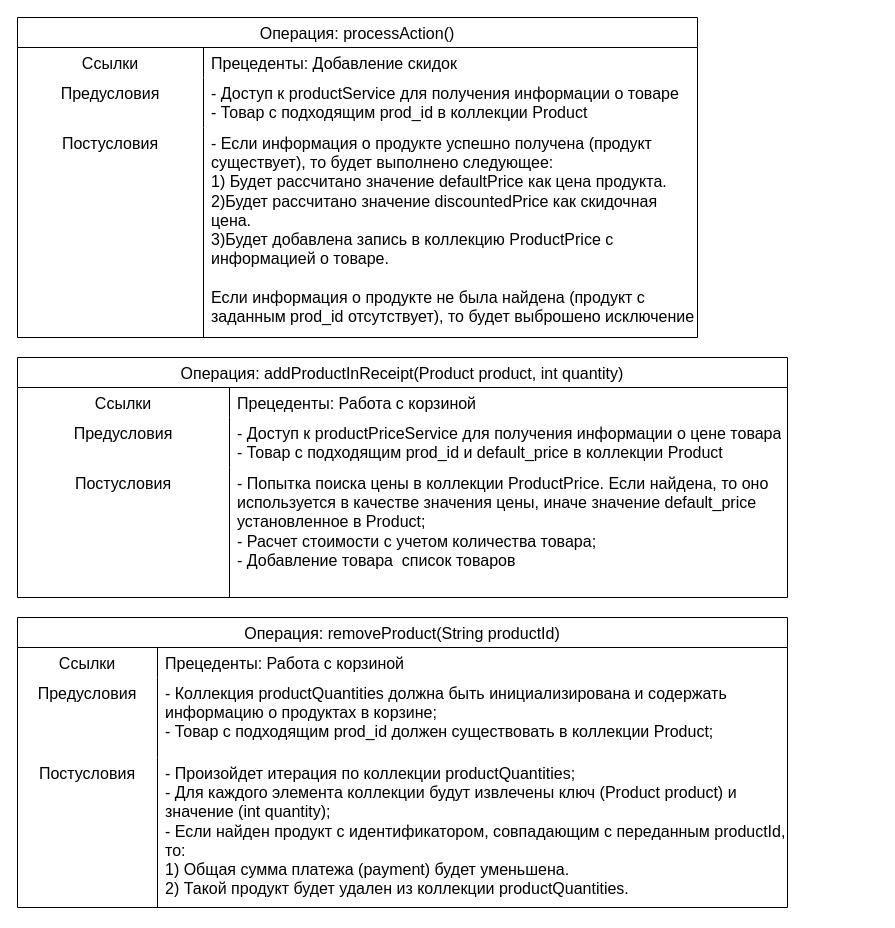
The draw.io diagram page "Описание операций" (2 of 3) of Диаграмма без названия.drawio in IlyaSannikow/Machine-learning, before the edit. Source tidied: cells renumbered, new cells numbered last; positions are measured from the earlier drawing's top-left corner, leaving out a move shared by most shapes. Both pictures are drawn from the tidied source at 100%, with x=0, y=0 at pixel (17, 17).
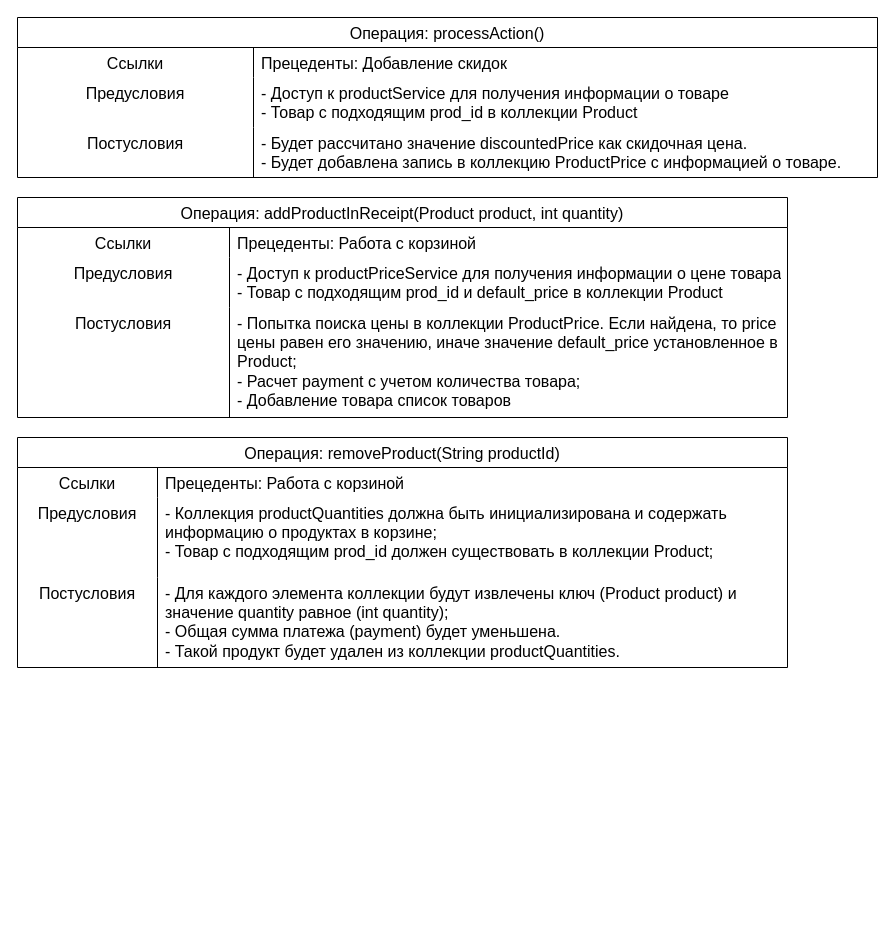
Above is the later version.

Commit message:
Обновил диаграмму ОП

Diff of the diagram source:
```diff
@@
     <mxCell id="2" value="Операция: processAction()" style="shape=table;startSize=30;childLayout=tableLayout;rowLines=0;fontStyle=0;strokeColor=default;fontSize=16;align=center;" parent="1" vertex="1">
-      <mxGeometry width="680" height="320" as="geometry" />
+      <mxGeometry width="860" height="160" as="geometry" />
     </mxCell>
     <mxCell id="3" style="shape=tableRow;horizontal=0;startSize=0;swimlaneHead=0;swimlaneBody=0;top=0;left=0;bottom=0;right=0;fillColor=none;strokeColor=inherit;fontSize=16;" parent="2" vertex="1">
-      <mxGeometry y="30" width="680" height="30" as="geometry" />
+      <mxGeometry y="30" width="860" height="30" as="geometry" />
     </mxCell>
     <mxCell id="4" value="Ссылки" style="shape=partialRectangle;html=1;whiteSpace=wrap;fillColor=none;top=0;left=0;bottom=0;right=0;overflow=hidden;strokeColor=inherit;fontSize=16;verticalAlign=top;" parent="3" vertex="1">
-      <mxGeometry width="186" height="30" as="geometry" />
+      <mxGeometry width="236" height="30" as="geometry" />
     </mxCell>
     <mxCell id="5" value="Прецеденты: Добавление скидок&amp;nbsp;" style="shape=partialRectangle;html=1;whiteSpace=wrap;fillColor=none;top=0;left=0;bottom=0;right=0;align=left;spacingLeft=6;overflow=hidden;strokeColor=inherit;fontSize=16;verticalAlign=top;" parent="3" vertex="1">
-      <mxGeometry x="186" width="494" height="30" as="geometry" />
+      <mxGeometry x="236" width="624" height="30" as="geometry" />
     </mxCell>
     <mxCell id="6" style="shape=tableRow;horizontal=0;startSize=0;swimlaneHead=0;swimlaneBody=0;top=0;left=0;bottom=0;right=0;fillColor=none;strokeColor=inherit;fontSize=16;" parent="2" vertex="1">
-      <mxGeometry y="60" width="680" height="50" as="geometry" />
+      <mxGeometry y="60" width="860" height="50" as="geometry" />
     </mxCell>
     <mxCell id="7" value="Предусловия" style="shape=partialRectangle;html=1;whiteSpace=wrap;fillColor=none;top=0;left=0;bottom=0;right=0;overflow=hidden;strokeColor=inherit;fontSize=16;verticalAlign=top;" parent="6" vertex="1">
-      <mxGeometry width="186" height="50" as="geometry" />
+      <mxGeometry width="236" height="50" as="geometry" />
     </mxCell>
     <mxCell id="8" value="- Доступ к productService для получения информации о товаре&lt;div&gt;- Товар с подходящим prod_id в коллекции Product&lt;/div&gt;" style="shape=partialRectangle;html=1;whiteSpace=wrap;fillColor=none;top=0;left=0;bottom=0;right=0;align=left;spacingLeft=6;overflow=hidden;strokeColor=inherit;fontSize=16;verticalAlign=top;" parent="6" vertex="1">
-      <mxGeometry x="186" width="494" height="50" as="geometry" />
+      <mxGeometry x="236" width="624" height="50" as="geometry" />
     </mxCell>
     <mxCell id="9" style="shape=tableRow;horizontal=0;startSize=0;swimlaneHead=0;swimlaneBody=0;top=0;left=0;bottom=0;right=0;fillColor=none;strokeColor=inherit;fontSize=16;" parent="2" vertex="1">
-      <mxGeometry y="110" width="680" height="210" as="geometry" />
+      <mxGeometry y="110" width="860" height="50" as="geometry" />
     </mxCell>
     <mxCell id="10" value="Постусловия" style="shape=partialRectangle;html=1;whiteSpace=wrap;fillColor=none;top=0;left=0;bottom=0;right=0;overflow=hidden;strokeColor=inherit;fontSize=16;verticalAlign=top;align=center;" parent="9" vertex="1">
-      <mxGeometry width="186" height="210" as="geometry" />
+      <mxGeometry width="236" height="50" as="geometry" />
     </mxCell>
-    <mxCell id="11" value="-&amp;nbsp;Если информация о продукте успешно получена (продукт существует), то будет выполнено следующее:&lt;div style=&quot;&quot;&gt;1)&amp;nbsp;Будет рассчитано значение defaultPrice как цена продукта.&lt;/div&gt;&lt;div&gt;2)Будет рассчитано значение discountedPrice как скидочная цена.&lt;br&gt;3)Будет добавлена запись в коллекцию ProductPrice с информацией о товаре.&lt;/div&gt;&lt;div&gt;&lt;br&gt;&lt;/div&gt;&lt;div&gt;Если информация о продукте не была найдена (продукт с заданным prod_id отсутствует), то будет выброшено исключение&lt;br&gt;&lt;/div&gt;" style="shape=partialRectangle;html=1;whiteSpace=wrap;fillColor=none;top=0;left=0;bottom=0;right=0;align=left;spacingLeft=6;overflow=hidden;strokeColor=inherit;fontSize=16;verticalAlign=top;" parent="9" vertex="1">
-      <mxGeometry x="186" width="494" height="210" as="geometry" />
+    <mxCell id="11" value="&lt;div&gt;- Будет рассчитано значение discountedPrice как скидочная цена.&lt;br&gt;- Будет добавлена запись в коллекцию ProductPrice с информацией о товаре.&lt;/div&gt;" style="shape=partialRectangle;html=1;whiteSpace=wrap;fillColor=none;top=0;left=0;bottom=0;right=0;align=left;spacingLeft=6;overflow=hidden;strokeColor=inherit;fontSize=16;verticalAlign=top;" parent="9" vertex="1">
+      <mxGeometry x="236" width="624" height="50" as="geometry" />
     </mxCell>
     <mxCell id="12" value="Операция: addProductInReceipt(Product product, int quantity)" style="shape=table;startSize=30;childLayout=tableLayout;rowLines=0;fontStyle=0;strokeColor=default;fontSize=16;" parent="1" vertex="1">
-      <mxGeometry y="340" width="770" height="240" as="geometry" />
+      <mxGeometry y="180" width="770" height="220" as="geometry" />
     </mxCell>
@@
     <mxCell id="19" style="shape=tableRow;horizontal=0;startSize=0;swimlaneHead=0;swimlaneBody=0;top=0;left=0;bottom=0;right=0;fillColor=none;strokeColor=inherit;fontSize=16;" parent="12" vertex="1">
-      <mxGeometry y="110" width="770" height="130" as="geometry" />
+      <mxGeometry y="110" width="770" height="110" as="geometry" />
     </mxCell>
     <mxCell id="20" value="Постусловия" style="shape=partialRectangle;html=1;whiteSpace=wrap;fillColor=none;top=0;left=0;bottom=0;right=0;overflow=hidden;strokeColor=inherit;fontSize=16;verticalAlign=top;" parent="19" vertex="1">
-      <mxGeometry width="212" height="130" as="geometry" />
+      <mxGeometry width="212" height="110" as="geometry" />
     </mxCell>
-    <mxCell id="21" value="&lt;div&gt;- Попытка поиска цены в коллекции ProductPrice. Если найдена, то оно используется в качестве значения цены, иначе значение default_price установленное в Product;&lt;/div&gt;&lt;div&gt;- Расчет стоимости с учетом количества товара;&amp;nbsp;&lt;/div&gt;&lt;div&gt;- Добавление товара&amp;nbsp; список товаров&lt;/div&gt;" style="shape=partialRectangle;html=1;whiteSpace=wrap;fillColor=none;top=0;left=0;bottom=0;right=0;align=left;spacingLeft=6;overflow=hidden;strokeColor=inherit;fontSize=16;verticalAlign=top;" parent="19" vertex="1">
-      <mxGeometry x="212" width="558" height="130" as="geometry" />
+    <mxCell id="21" value="&lt;div&gt;- Попытка поиска цены в коллекции ProductPrice. Если найдена, то price цены равен его значению, иначе значение default_price установленное в Product;&lt;/div&gt;&lt;div&gt;- Расчет payment с учетом количества товара;&amp;nbsp;&lt;/div&gt;&lt;div&gt;- Добавление товара список товаров&lt;/div&gt;" style="shape=partialRectangle;html=1;whiteSpace=wrap;fillColor=none;top=0;left=0;bottom=0;right=0;align=left;spacingLeft=6;overflow=hidden;strokeColor=inherit;fontSize=16;verticalAlign=top;" parent="19" vertex="1">
+      <mxGeometry x="212" width="558" height="110" as="geometry" />
     </mxCell>
     <mxCell id="22" value="Операция: removeProduct(String productId)" style="shape=table;startSize=30;childLayout=tableLayout;rowLines=0;fontStyle=0;strokeColor=default;fontSize=16;" parent="1" vertex="1">
-      <mxGeometry y="600" width="770" height="290" as="geometry" />
+      <mxGeometry y="420" width="770" height="230" as="geometry" />
     </mxCell>
@@
     <mxCell id="29" style="shape=tableRow;horizontal=0;startSize=0;swimlaneHead=0;swimlaneBody=0;top=0;left=0;bottom=0;right=0;fillColor=none;strokeColor=inherit;fontSize=16;" parent="22" vertex="1">
-      <mxGeometry y="140" width="770" height="150" as="geometry" />
+      <mxGeometry y="140" width="770" height="90" as="geometry" />
     </mxCell>
     <mxCell id="30" value="Постусловия" style="shape=partialRectangle;html=1;whiteSpace=wrap;fillColor=none;top=0;left=0;bottom=0;right=0;overflow=hidden;strokeColor=inherit;fontSize=16;verticalAlign=top;" parent="29" vertex="1">
-      <mxGeometry width="140" height="150" as="geometry" />
+      <mxGeometry width="140" height="90" as="geometry" />
     </mxCell>
-    <mxCell id="31" value="-&amp;nbsp;Произойдет итерация по коллекции productQuantities;&lt;div&gt;-&amp;nbsp;Для каждого элемента коллекции будут извлечены ключ (Product product) и значение (int quantity);&lt;/div&gt;&lt;div&gt;-&amp;nbsp;Если найден продукт с идентификатором, совпадающим с переданным productId, то:&lt;/div&gt;&lt;div&gt;1)&amp;nbsp;&lt;span style=&quot;background-color: initial;&quot;&gt;Общая сумма платежа (payment) будет уменьшена.&lt;/span&gt;&lt;/div&gt;&lt;div&gt;&lt;span style=&quot;background-color: initial;&quot;&gt;2)&amp;nbsp;&lt;/span&gt;&lt;span style=&quot;background-color: initial;&quot;&gt;Такой продукт будет удален из коллекции productQuantities.&lt;/span&gt;&lt;/div&gt;" style="shape=partialRectangle;html=1;whiteSpace=wrap;fillColor=none;top=0;left=0;bottom=0;right=0;align=left;spacingLeft=6;overflow=hidden;strokeColor=inherit;fontSize=16;verticalAlign=top;" parent="29" vertex="1">
-      <mxGeometry x="140" width="630" height="150" as="geometry" />
+    <mxCell id="31" value="&lt;div&gt;-&amp;nbsp;Для каждого элемента коллекции будут извлечены ключ (Product product) и значение quantity равное (int quantity);&lt;/div&gt;&lt;div&gt;&lt;span style=&quot;background-color: initial;&quot;&gt;-&amp;nbsp;&lt;/span&gt;&lt;span style=&quot;background-color: initial;&quot;&gt;Общая сумма платежа (payment) будет уменьшена.&lt;/span&gt;&lt;br&gt;&lt;/div&gt;&lt;div&gt;&lt;span style=&quot;background-color: initial;&quot;&gt;-&amp;nbsp;&lt;/span&gt;&lt;span style=&quot;background-color: initial;&quot;&gt;Такой продукт будет удален из коллекции productQuantities.&lt;/span&gt;&lt;/div&gt;" style="shape=partialRectangle;html=1;whiteSpace=wrap;fillColor=none;top=0;left=0;bottom=0;right=0;align=left;spacingLeft=6;overflow=hidden;strokeColor=inherit;fontSize=16;verticalAlign=top;" parent="29" vertex="1">
+      <mxGeometry x="140" width="630" height="90" as="geometry" />
     </mxCell>
```
